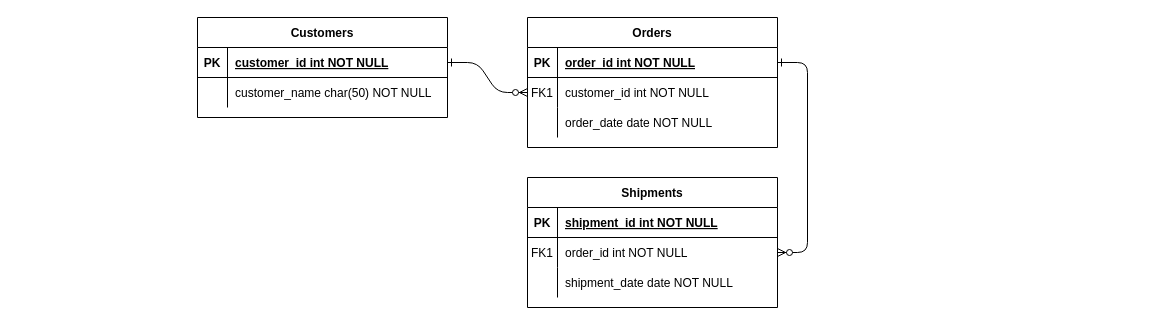
leonerder/GroupApp_FrontEnd keeps this draw.io diagram as Diagramma senza titolo.drawio. Above is the earlier version. Source tidied: cells renumbered, new cells numbered last; positions are measured from the earlier drawing's top-left corner, leaving out a move shared by most shapes. Both pictures are drawn from the tidied source at 100%, with x=0, y=0 at pixel (197, 17).
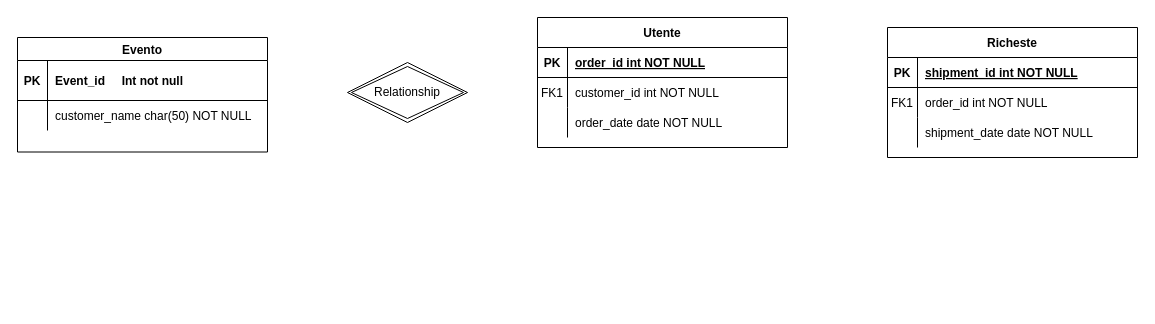
The same page after the edit.

Unchanged cells that the change refers to:
```xml
<mxCell id="5" style="shape=partialRectangle;fillColor=none;points=[[0,0.5],[1,0.5]];portConstraint=eastwest;top=0;left=0;right=0;bottom=1;" parent="4" vertex="1">
  <mxGeometry y="30" width="250" height="30" as="geometry" />
</mxCell>
<mxCell id="8" style="shape=partialRectangle;fillColor=none;points=[[0,0.5],[1,0.5]];portConstraint=eastwest;top=0;left=0;right=0;bottom=0;" parent="4" vertex="1">
  <mxGeometry y="60" width="250" height="30" as="geometry" />
</mxCell>
<mxCell id="18" style="shape=partialRectangle;fillColor=none;points=[[0,0.5],[1,0.5]];portConstraint=eastwest;top=0;left=0;right=0;bottom=0;" parent="14" vertex="1">
  <mxGeometry y="60" width="250" height="30" as="geometry" />
</mxCell>
```

What changed in the source:
```diff
@@
-    <mxCell id="2" style="edgeStyle=entityRelationEdgeStyle;endArrow=ERzeroToMany;startArrow=ERone;endFill=1;startFill=0;" parent="1" edge="1" source="25" target="8">
-      <mxGeometry relative="1" as="geometry" />
-    </mxCell>
-    <mxCell id="3" style="edgeStyle=entityRelationEdgeStyle;endArrow=ERzeroToMany;startArrow=ERone;endFill=1;startFill=0;" parent="1" edge="1" source="5" target="18">
-      <mxGeometry relative="1" as="geometry" />
-    </mxCell>
-    <mxCell id="4" value="Orders" style="shape=table;startSize=30;childLayout=tableLayout;rowLines=0;fontStyle=1;align=center;" parent="1" vertex="1">
-      <mxGeometry x="330" width="250" height="130" as="geometry" />
+    <mxCell id="4" value="Utente" style="shape=table;startSize=30;childLayout=tableLayout;rowLines=0;fontStyle=1;align=center;" parent="1" vertex="1">
+      <mxGeometry x="340" width="250" height="130" as="geometry" />
     </mxCell>
@@
-    <mxCell id="14" value="Shipments" style="shape=table;startSize=30;childLayout=tableLayout;rowLines=0;fontStyle=1;align=center;" parent="1" vertex="1">
-      <mxGeometry x="330" y="160" width="250" height="130" as="geometry" />
+    <mxCell id="14" value="Richeste" style="shape=table;startSize=30;childLayout=tableLayout;rowLines=0;fontStyle=1;align=center;" parent="1" vertex="1">
+      <mxGeometry x="690" y="10" width="250" height="130" as="geometry" />
     </mxCell>
@@
-    <mxCell id="24" value="Customers" style="shape=table;startSize=30;childLayout=tableLayout;rowLines=0;fontStyle=1;align=center;" parent="1" vertex="1">
-      <mxGeometry width="250" height="100" as="geometry" />
+    <mxCell id="24" value="Evento" style="shape=table;startSize=23;childLayout=tableLayout;rowLines=0;fontStyle=1;align=center;" parent="1" vertex="1">
+      <mxGeometry x="-180" y="20" width="250" height="114.5" as="geometry" />
     </mxCell>
     <mxCell id="25" style="shape=partialRectangle;fillColor=none;points=[[0,0.5],[1,0.5]];portConstraint=eastwest;top=0;left=0;right=0;bottom=1;" parent="24" vertex="1">
-      <mxGeometry y="30" width="250" height="30" as="geometry" />
+      <mxGeometry y="23" width="250" height="40" as="geometry" />
     </mxCell>
     <mxCell id="26" value="PK" style="shape=partialRectangle;overflow=hidden;fillColor=none;top=0;left=0;bottom=0;right=0;fontStyle=1;" parent="25" vertex="1">
-      <mxGeometry width="30" height="30" as="geometry" />
+      <mxGeometry width="30" height="40" as="geometry" />
     </mxCell>
-    <mxCell id="27" value="customer_id int NOT NULL " style="shape=partialRectangle;overflow=hidden;fillColor=none;top=0;left=0;bottom=0;right=0;align=left;spacingLeft=6;fontStyle=5;" parent="25" vertex="1">
-      <mxGeometry x="30" width="220" height="30" as="geometry" />
+    <mxCell id="27" value="Event_id     Int not null" style="shape=partialRectangle;overflow=hidden;fillColor=none;top=0;left=0;bottom=0;right=0;align=left;spacingLeft=6;fontStyle=1;" parent="25" vertex="1">
+      <mxGeometry x="30" width="220" height="40" as="geometry" />
     </mxCell>
     <mxCell id="28" style="shape=partialRectangle;fillColor=none;top=0;left=0;right=0;bottom=0;" parent="24" vertex="1">
-      <mxGeometry y="60" width="250" height="30" as="geometry" />
+      <mxGeometry y="63" width="250" height="30" as="geometry" />
     </mxCell>
@@
+    <mxCell id="31" value="Relationship" style="shape=rhombus;double=1;perimeter=rhombusPerimeter;whiteSpace=wrap;html=1;align=center;" parent="1" vertex="1">
+      <mxGeometry x="150" y="45" width="120" height="60" as="geometry" />
+    </mxCell>
```
